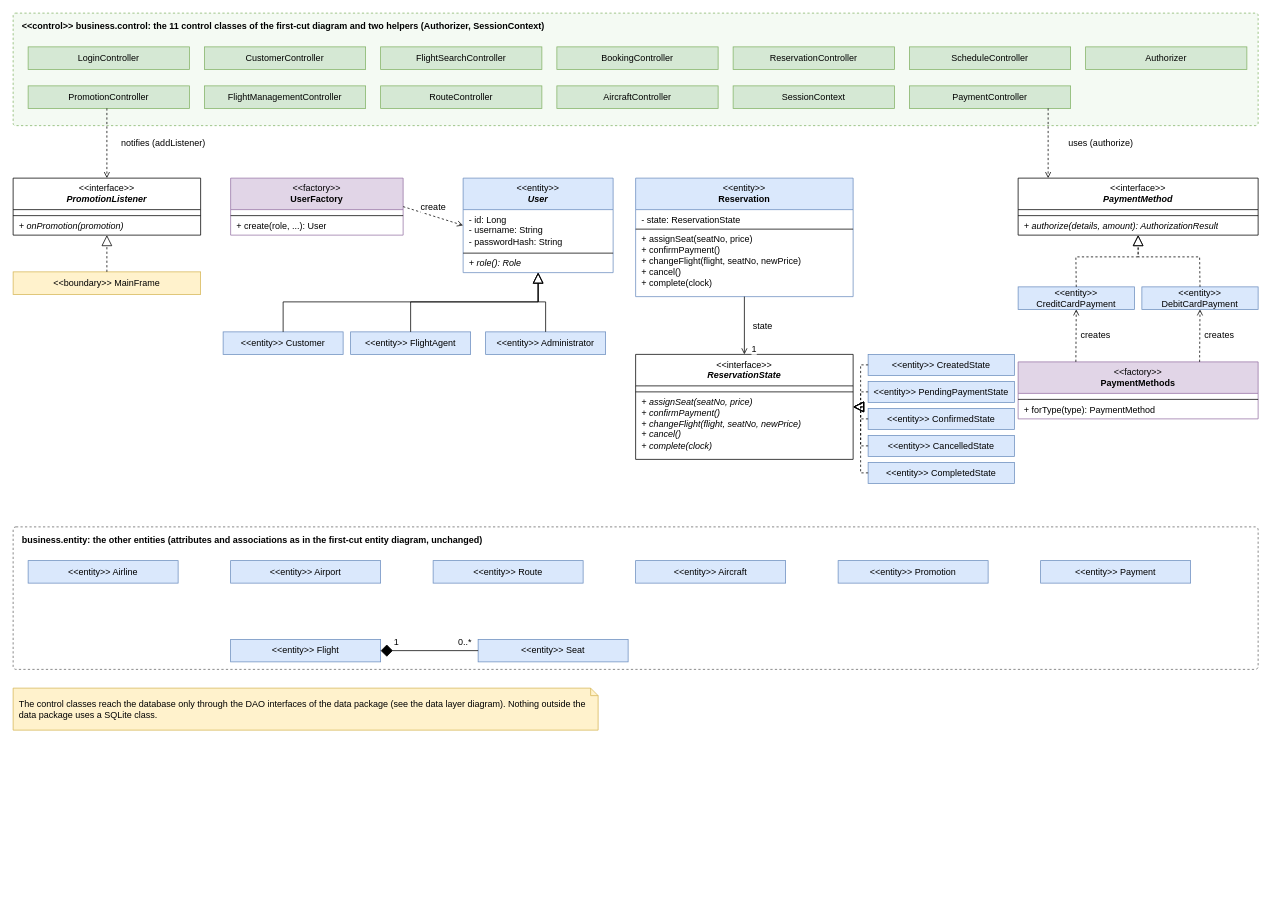
Before: docs/diagrams/src/12-class-refined.drawio in satyambhanot/ChinookAir, a draw.io diagram. Source tidied: cells renumbered, new cells numbered last; positions are measured from the earlier drawing's top-left corner, leaving out a move shared by most shapes. Both pictures are drawn from the tidied source at 75%, with x=0, y=0 at pixel (13, 13).
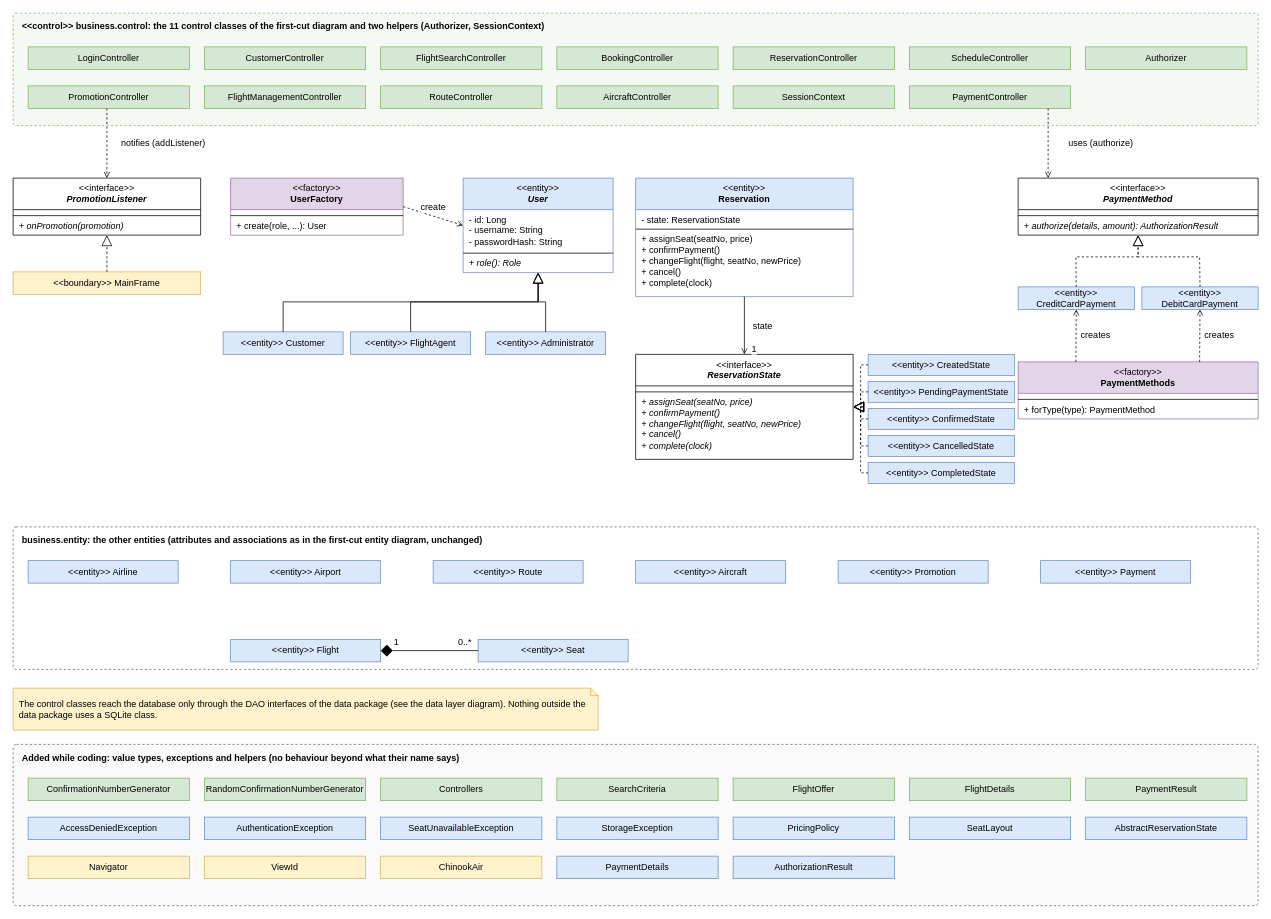
The same page after the edit.

Commit message (it also covers changes not shown here):
Draw the classes and operations that were added while coding in the class diagrams

The edit, as a diff of the source:
```diff
@@
+    <mxCell id="86" value="Added while coding: value types, exceptions and helpers (no behaviour beyond what their name says)" style="rounded=1;arcSize=2;html=1;whiteSpace=wrap;fillColor=#fafafa;strokeColor=#666666;dashed=1;verticalAlign=top;align=left;spacingLeft=10;spacingTop=4;fontStyle=1;fontFamily=Helvetica;fontSize=12;" parent="1" vertex="1">
+      <mxGeometry y="975" width="1660" height="215" as="geometry" />
+    </mxCell>
+    <mxCell id="87" value="ConfirmationNumberGenerator" style="rounded=0;whiteSpace=wrap;html=1;fillColor=#d5e8d4;strokeColor=#82b366;fontFamily=Helvetica;fontSize=12;" parent="1" vertex="1">
+      <mxGeometry x="20" y="1020" width="215" height="30" as="geometry" />
+    </mxCell>
+    <mxCell id="88" value="RandomConfirmationNumberGenerator" style="rounded=0;whiteSpace=wrap;html=1;fillColor=#d5e8d4;strokeColor=#82b366;fontFamily=Helvetica;fontSize=12;" parent="1" vertex="1">
+      <mxGeometry x="255" y="1020" width="215" height="30" as="geometry" />
+    </mxCell>
+    <mxCell id="89" value="Controllers" style="rounded=0;whiteSpace=wrap;html=1;fillColor=#d5e8d4;strokeColor=#82b366;fontFamily=Helvetica;fontSize=12;" parent="1" vertex="1">
+      <mxGeometry x="490" y="1020" width="215" height="30" as="geometry" />
+    </mxCell>
+    <mxCell id="90" value="SearchCriteria" style="rounded=0;whiteSpace=wrap;html=1;fillColor=#d5e8d4;strokeColor=#82b366;fontFamily=Helvetica;fontSize=12;" parent="1" vertex="1">
+      <mxGeometry x="725" y="1020" width="215" height="30" as="geometry" />
+    </mxCell>
+    <mxCell id="91" value="FlightOffer" style="rounded=0;whiteSpace=wrap;html=1;fillColor=#d5e8d4;strokeColor=#82b366;fontFamily=Helvetica;fontSize=12;" parent="1" vertex="1">
+      <mxGeometry x="960" y="1020" width="215" height="30" as="geometry" />
+    </mxCell>
+    <mxCell id="92" value="FlightDetails" style="rounded=0;whiteSpace=wrap;html=1;fillColor=#d5e8d4;strokeColor=#82b366;fontFamily=Helvetica;fontSize=12;" parent="1" vertex="1">
+      <mxGeometry x="1195" y="1020" width="215" height="30" as="geometry" />
+    </mxCell>
+    <mxCell id="93" value="PaymentResult" style="rounded=0;whiteSpace=wrap;html=1;fillColor=#d5e8d4;strokeColor=#82b366;fontFamily=Helvetica;fontSize=12;" parent="1" vertex="1">
+      <mxGeometry x="1430" y="1020" width="215" height="30" as="geometry" />
+    </mxCell>
+    <mxCell id="94" value="AccessDeniedException" style="rounded=0;whiteSpace=wrap;html=1;fillColor=#dae8fc;strokeColor=#6c8ebf;fontFamily=Helvetica;fontSize=12;" parent="1" vertex="1">
+      <mxGeometry x="20" y="1072" width="215" height="30" as="geometry" />
+    </mxCell>
+    <mxCell id="95" value="AuthenticationException" style="rounded=0;whiteSpace=wrap;html=1;fillColor=#dae8fc;strokeColor=#6c8ebf;fontFamily=Helvetica;fontSize=12;" parent="1" vertex="1">
+      <mxGeometry x="255" y="1072" width="215" height="30" as="geometry" />
+    </mxCell>
+    <mxCell id="96" value="SeatUnavailableException" style="rounded=0;whiteSpace=wrap;html=1;fillColor=#dae8fc;strokeColor=#6c8ebf;fontFamily=Helvetica;fontSize=12;" parent="1" vertex="1">
+      <mxGeometry x="490" y="1072" width="215" height="30" as="geometry" />
+    </mxCell>
+    <mxCell id="97" value="StorageException" style="rounded=0;whiteSpace=wrap;html=1;fillColor=#dae8fc;strokeColor=#6c8ebf;fontFamily=Helvetica;fontSize=12;" parent="1" vertex="1">
+      <mxGeometry x="725" y="1072" width="215" height="30" as="geometry" />
+    </mxCell>
+    <mxCell id="98" value="PricingPolicy" style="rounded=0;whiteSpace=wrap;html=1;fillColor=#dae8fc;strokeColor=#6c8ebf;fontFamily=Helvetica;fontSize=12;" parent="1" vertex="1">
+      <mxGeometry x="960" y="1072" width="215" height="30" as="geometry" />
+    </mxCell>
+    <mxCell id="99" value="SeatLayout" style="rounded=0;whiteSpace=wrap;html=1;fillColor=#dae8fc;strokeColor=#6c8ebf;fontFamily=Helvetica;fontSize=12;" parent="1" vertex="1">
+      <mxGeometry x="1195" y="1072" width="215" height="30" as="geometry" />
+    </mxCell>
+    <mxCell id="100" value="AbstractReservationState" style="rounded=0;whiteSpace=wrap;html=1;fillColor=#dae8fc;strokeColor=#6c8ebf;fontFamily=Helvetica;fontSize=12;" parent="1" vertex="1">
+      <mxGeometry x="1430" y="1072" width="215" height="30" as="geometry" />
+    </mxCell>
+    <mxCell id="101" value="Navigator" style="rounded=0;whiteSpace=wrap;html=1;fillColor=#fff2cc;strokeColor=#d6b656;fontFamily=Helvetica;fontSize=12;" parent="1" vertex="1">
+      <mxGeometry x="20" y="1124" width="215" height="30" as="geometry" />
+    </mxCell>
+    <mxCell id="102" value="ViewId" style="rounded=0;whiteSpace=wrap;html=1;fillColor=#fff2cc;strokeColor=#d6b656;fontFamily=Helvetica;fontSize=12;" parent="1" vertex="1">
+      <mxGeometry x="255" y="1124" width="215" height="30" as="geometry" />
+    </mxCell>
+    <mxCell id="103" value="ChinookAir" style="rounded=0;whiteSpace=wrap;html=1;fillColor=#fff2cc;strokeColor=#d6b656;fontFamily=Helvetica;fontSize=12;" parent="1" vertex="1">
+      <mxGeometry x="490" y="1124" width="215" height="30" as="geometry" />
+    </mxCell>
+    <mxCell id="104" value="PaymentDetails" style="rounded=0;whiteSpace=wrap;html=1;fillColor=#dae8fc;strokeColor=#6c8ebf;fontFamily=Helvetica;fontSize=12;" parent="1" vertex="1">
+      <mxGeometry x="725" y="1124" width="215" height="30" as="geometry" />
+    </mxCell>
+    <mxCell id="105" value="AuthorizationResult" style="rounded=0;whiteSpace=wrap;html=1;fillColor=#dae8fc;strokeColor=#6c8ebf;fontFamily=Helvetica;fontSize=12;" parent="1" vertex="1">
+      <mxGeometry x="960" y="1124" width="215" height="30" as="geometry" />
+    </mxCell>
```
